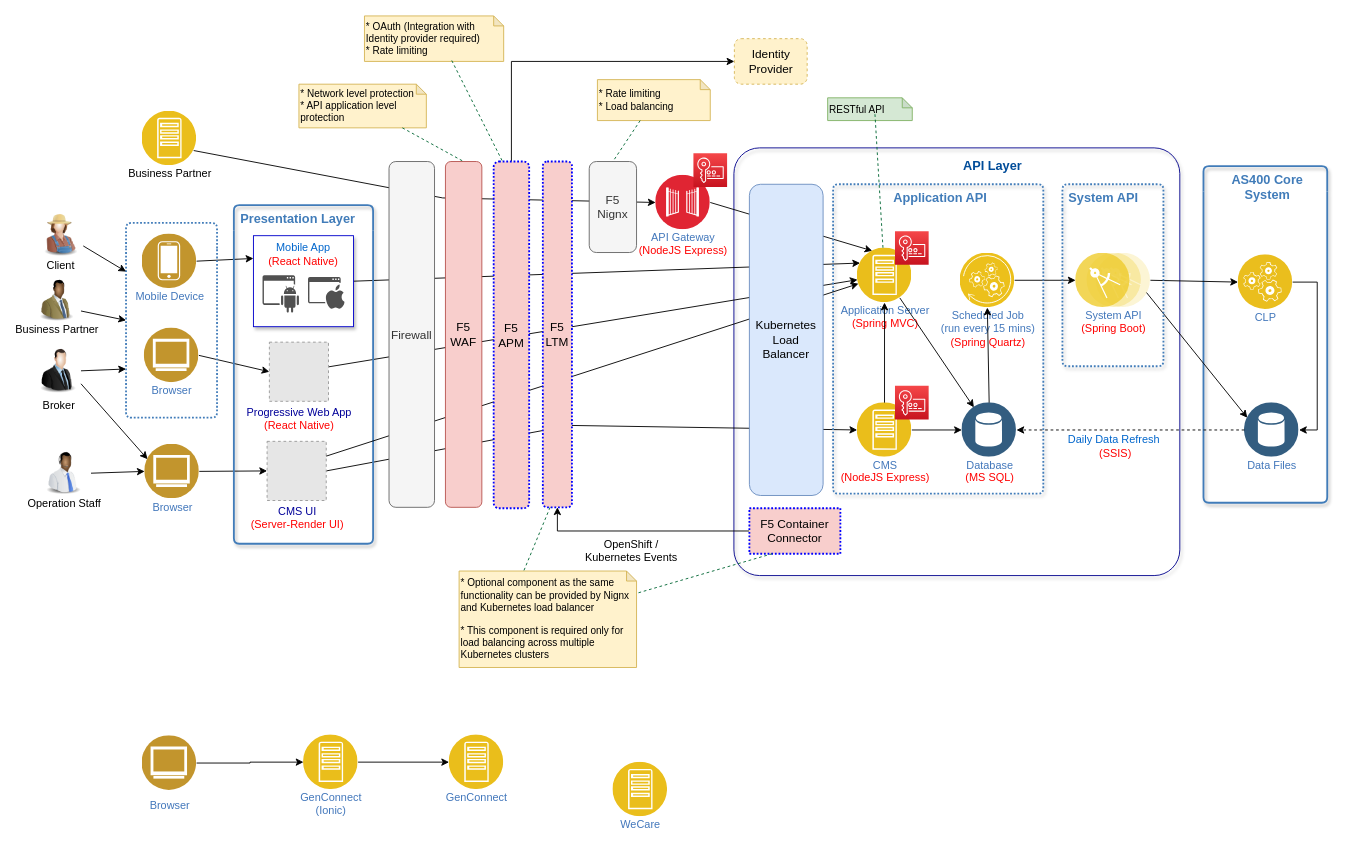
Before: page "Logical Component" (1 of 2) of F5 Architecture.drawio in whalebig27/change-request-process-diagram, a draw.io diagram. Source tidied: cells renumbered, new cells numbered last; positions are measured from the earlier drawing's top-left corner, leaving out a move shared by most shapes. Both pictures are drawn from the tidied source at 91%, with x=0, y=0 at pixel (33, 15). Pictures stored in the file or linked from it are replaced by grey dashed boxes.
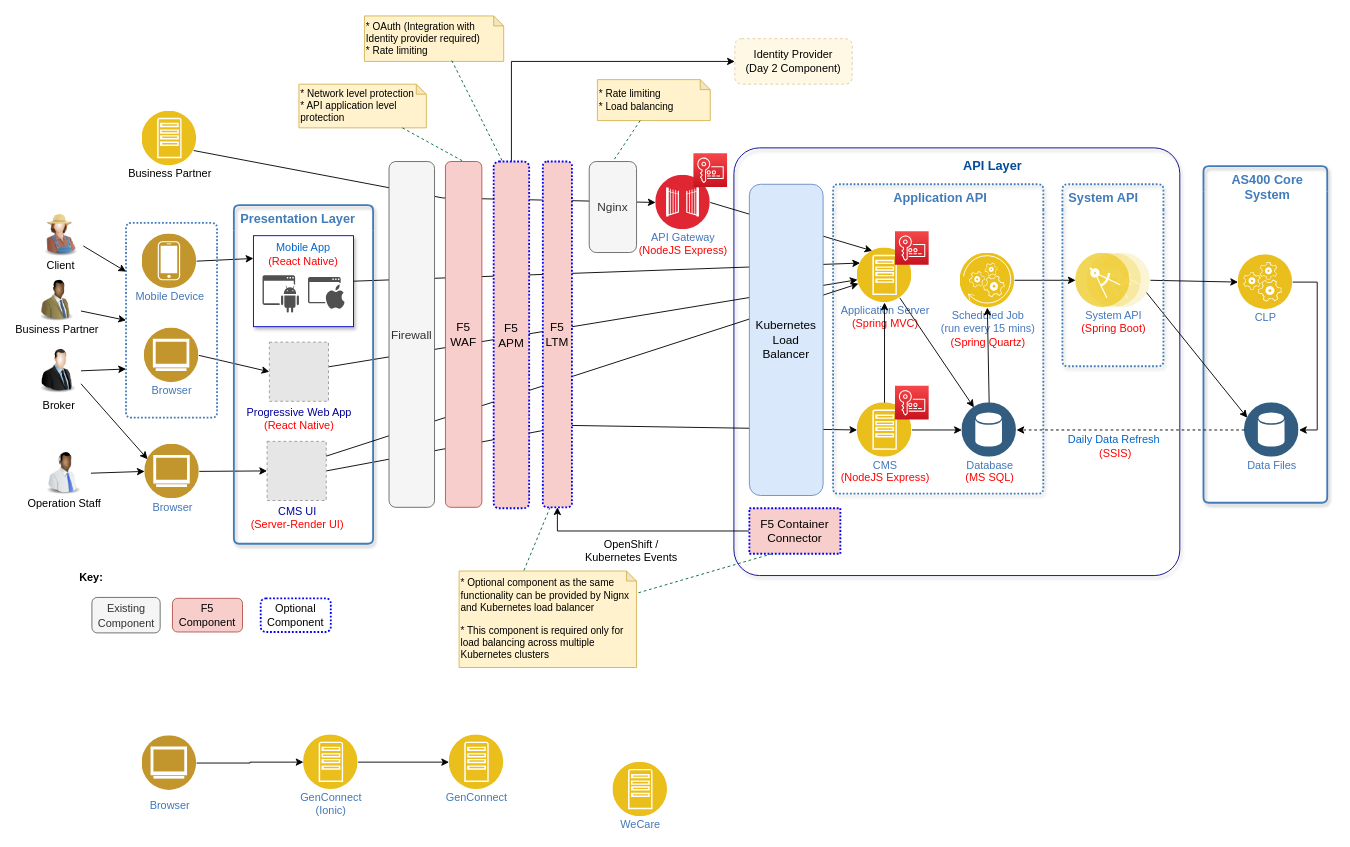
The same diagram, later.

The change refers to these unchanged cells:
```xml
<mxCell id="35" value="&lt;font style=&quot;font-size: 12px&quot;&gt;Application Server&lt;br&gt;&lt;font color=&quot;#ff0000&quot;&gt;(Spring MVC)&lt;/font&gt;&lt;br&gt;&lt;/font&gt;" style="perimeter=ellipsePerimeter;html=1;align=center;shadow=0;dashed=0;fontColor=#4277BB;labelBackgroundColor=#ffffff;fontSize=12;spacingTop=-5;image;image=img/lib/ibm/applications/app_server.svg;" parent="34" vertex="1">
  <mxGeometry x="26.5" y="70" width="60" height="60" as="geometry" />
</mxCell>
```

Diff of the diagram source:
```diff
@@
-    <mxCell id="63" value="RESTful API" style="shape=note;whiteSpace=wrap;html=1;backgroundOutline=1;darkOpacity=0.05;size=11;fillColor=#d5e8d4;strokeColor=#82b366;fontSize=11;align=left;" parent="1" vertex="1">
-      <mxGeometry x="873" y="90" width="93" height="25" as="geometry" />
-    </mxCell>
-    <mxCell id="64" style="endArrow=none;dashed=1;html=1;fontSize=11;strokeColor=#006633;exitX=0;exitY=0.5;exitDx=0;exitDy=0;exitPerimeter=0;" parent="1" edge="1" target="35">
-      <mxGeometry relative="1" as="geometry">
-        <mxPoint x="925" y="108" as="sourcePoint" />
-      </mxGeometry>
-    </mxCell>
@@
-    <mxCell id="76" value="Identity Provider" style="rounded=1;whiteSpace=wrap;html=1;fontSize=13;fillColor=#fff2cc;strokeColor=#d6b656;dashed=1;" parent="1" vertex="1">
-      <mxGeometry x="770.5" y="25" width="80" height="50" as="geometry" />
+    <mxCell id="76" value="Identity Provider&lt;br&gt;(Day 2 Component)" style="rounded=1;whiteSpace=wrap;html=1;fontSize=12;fillColor=#fff2cc;strokeColor=#BDA04C;dashed=1;opacity=50;" parent="1" vertex="1">
+      <mxGeometry x="771" y="25" width="129" height="50" as="geometry" />
     </mxCell>
@@
-    <mxCell id="83" value="F5 Nignx" style="rounded=1;whiteSpace=wrap;html=1;fillColor=#f5f5f5;strokeColor=#666666;fontSize=13;fontColor=#333333;" parent="1" vertex="1">
+    <mxCell id="83" value="Nginx" style="rounded=1;whiteSpace=wrap;html=1;fillColor=#f5f5f5;strokeColor=#666666;fontSize=13;fontColor=#333333;" parent="1" vertex="1">
       <mxGeometry x="611" y="160" width="52" height="100" as="geometry" />
     </mxCell>
@@
+    <mxCell id="89" value="F5 Component" style="rounded=1;whiteSpace=wrap;html=1;fillColor=#f8cecc;strokeColor=#b85450;fontSize=12;" parent="1" vertex="1">
+      <mxGeometry x="153" y="640" width="77" height="37" as="geometry" />
+    </mxCell>
+    <mxCell id="90" value="Optional Component" style="rounded=1;whiteSpace=wrap;html=1;fontSize=12;strokeColor=#0000FF;dashed=1;dashPattern=1 1;strokeWidth=2;" parent="1" vertex="1">
+      <mxGeometry x="250" y="640" width="77" height="37" as="geometry" />
+    </mxCell>
+    <mxCell id="91" value="&lt;font style=&quot;font-size: 12px&quot;&gt;Existing Component&lt;/font&gt;" style="rounded=1;whiteSpace=wrap;html=1;fillColor=#f5f5f5;strokeColor=#666666;fontSize=13;fontColor=#333333;" parent="1" vertex="1">
+      <mxGeometry x="64.5" y="639" width="75" height="39" as="geometry" />
+    </mxCell>
+    <mxCell id="92" value="&lt;b&gt;&lt;font style=&quot;font-size: 12px&quot;&gt;Key:&lt;/font&gt;&lt;/b&gt;" style="text;html=1;strokeColor=none;fillColor=none;align=center;verticalAlign=middle;whiteSpace=wrap;rounded=0;dashed=1;dashPattern=1 1;fontSize=12;" parent="1" vertex="1">
+      <mxGeometry x="44" y="608" width="40" height="20" as="geometry" />
+    </mxCell>
```
